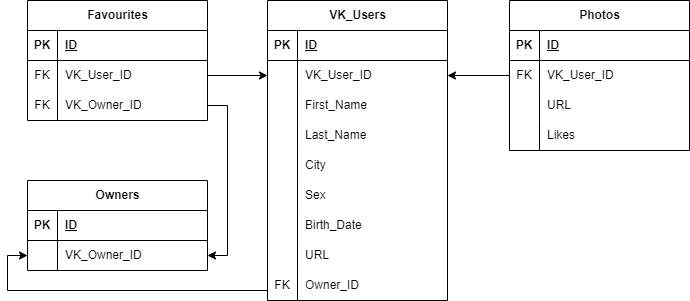
The draw.io diagram PYnder DB.png in Stimul88/PYnder, before a commit. Source tidied: cells renumbered, new cells last; positions are measured from the earlier drawing's top-left corner, leaving out a move shared by most shapes.
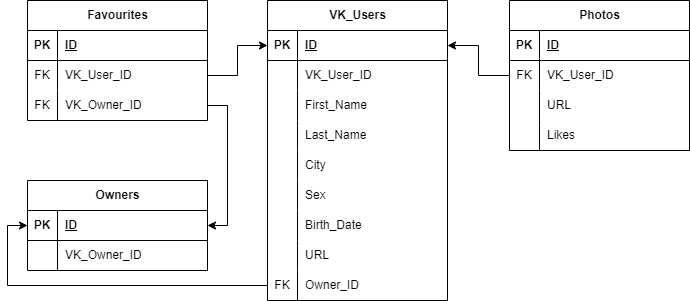
After the commit.

The edit, as a diff of the source:
```diff
@@ -176,27 +176,22 @@
     <mxCell id="59" value="VK_Owner_ID" style="shape=partialRectangle;fillColor=none;top=0;left=0;bottom=0;right=0;align=left;spacingLeft=6;overflow=hidden;whiteSpace=wrap;html=1;" parent="57" vertex="1">
       <mxGeometry x="30" width="150" height="30" as="geometry" />
     </mxCell>
-    <mxCell id="60" style="edgeStyle=orthogonalEdgeStyle;rounded=0;jettySize=auto;html=1;entryX=0;entryY=0.5;entryDx=0;entryDy=0;" parent="1" edge="1" source="54" target="6">
-      <mxGeometry relative="1" as="geometry" />
-    </mxCell>
-    <mxCell id="61" style="edgeStyle=orthogonalEdgeStyle;rounded=0;jettySize=auto;html=1;exitX=0;exitY=0.5;exitDx=0;exitDy=0;entryX=1;entryY=0.5;entryDx=0;entryDy=0;" parent="1" edge="1" source="34" target="6">
-      <mxGeometry relative="1" as="geometry" />
-    </mxCell>
-    <mxCell id="62" style="edgeStyle=orthogonalEdgeStyle;rounded=0;jettySize=auto;html=1;entryX=1;entryY=0.5;entryDx=0;entryDy=0;" parent="1" edge="1" source="57" target="47">
-      <mxGeometry relative="1" as="geometry">
-        <Array as="points">
-          <mxPoint x="220" y="105" />
-          <mxPoint x="220" y="255" />
-        </Array>
-      </mxGeometry>
-    </mxCell>
-    <mxCell id="63" style="edgeStyle=orthogonalEdgeStyle;rounded=0;jettySize=auto;html=1;entryX=0;entryY=0.5;entryDx=0;entryDy=0;" parent="1" edge="1" source="27" target="47">
-      <mxGeometry relative="1" as="geometry">
-        <Array as="points">
-          <mxPoint y="290" />
-          <mxPoint y="255" />
-        </Array>
-      </mxGeometry>
-    </mxCell>
+    <mxCell id="64" style="edgeStyle=orthogonalEdgeStyle;rounded=0;jettySize=auto;html=1;entryX=0;entryY=0.5;entryDx=0;entryDy=0;" parent="1" edge="1" source="27" target="44">
+      <mxGeometry relative="1" as="geometry" />
+    </mxCell>
+    <mxCell id="65" style="edgeStyle=orthogonalEdgeStyle;rounded=0;jettySize=auto;html=1;entryX=1;entryY=0.5;entryDx=0;entryDy=0;" parent="1" edge="1" source="57" target="44">
+      <mxGeometry relative="1" as="geometry">
+        <Array as="points">
+          <mxPoint x="220" y="105" />
+          <mxPoint x="220" y="225" />
+        </Array>
+      </mxGeometry>
+    </mxCell>
+    <mxCell id="66" style="edgeStyle=orthogonalEdgeStyle;rounded=0;jettySize=auto;html=1;entryX=0;entryY=0.5;entryDx=0;entryDy=0;" parent="1" edge="1" source="54" target="3">
+      <mxGeometry relative="1" as="geometry" />
+    </mxCell>
+    <mxCell id="67" style="edgeStyle=orthogonalEdgeStyle;rounded=0;jettySize=auto;html=1;entryX=1;entryY=0.5;entryDx=0;entryDy=0;" parent="1" edge="1" source="34" target="3">
+      <mxGeometry relative="1" as="geometry" />
+    </mxCell>
   </root>
 </mxGraphModel>
```
